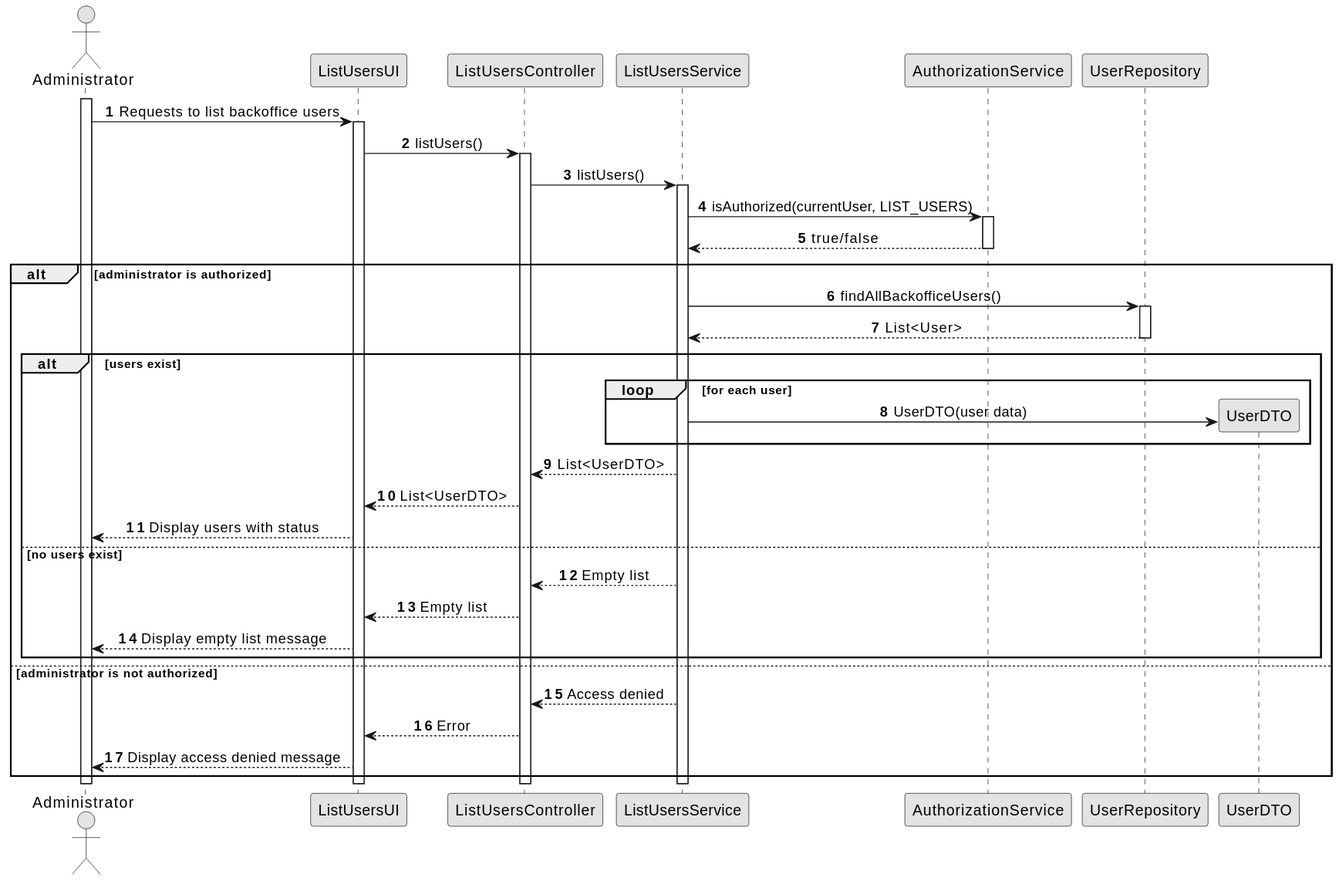
This is docs/user-stories/02-identity-and-backoffice/US033/03.design/svg/US033-SD.svg from 1240537-brunorodrigues/sem4pi-2526-individual-1240537, a PlantUML export, as it was before one commit. Its diagram source:
```plantuml
@startuml
skinparam monochrome true
skinparam packageStyle rectangle
skinparam shadowing false
skinparam sequenceMessageAlign center

autonumber

actor "Administrator" as Admin
participant "ListUsersUI" as UI
participant "ListUsersController" as CTRL
participant "ListUsersService" as Service
participant "AuthorizationService" as AuthzService
participant "UserRepository" as UserRepo
participant "UserDTO" as UserDTO

activate Admin

Admin -> UI : Requests to list backoffice users

activate UI
UI -> CTRL : listUsers()

activate CTRL
CTRL -> Service : listUsers()

activate Service
Service -> AuthzService : isAuthorized(currentUser, LIST_USERS)

activate AuthzService
AuthzService --> Service : true/false
deactivate AuthzService

alt administrator is authorized

    Service -> UserRepo : findAllBackofficeUsers()

    activate UserRepo
    UserRepo --> Service : List<User>
    deactivate UserRepo

    alt users exist

        loop for each user
            Service -> UserDTO ** : UserDTO(user data)
        end

        Service --> CTRL : List<UserDTO>
        CTRL --> UI : List<UserDTO>
        UI --> Admin : Display users with status

    else no users exist

        Service --> CTRL : Empty list
        CTRL --> UI : Empty list
        UI --> Admin : Display empty list message

    end

else administrator is not authorized

    Service --> CTRL : Access denied
    CTRL --> UI : Error
    UI --> Admin : Display access denied message

end

deactivate Service
deactivate CTRL
deactivate UI
deactivate Admin
@enduml
```
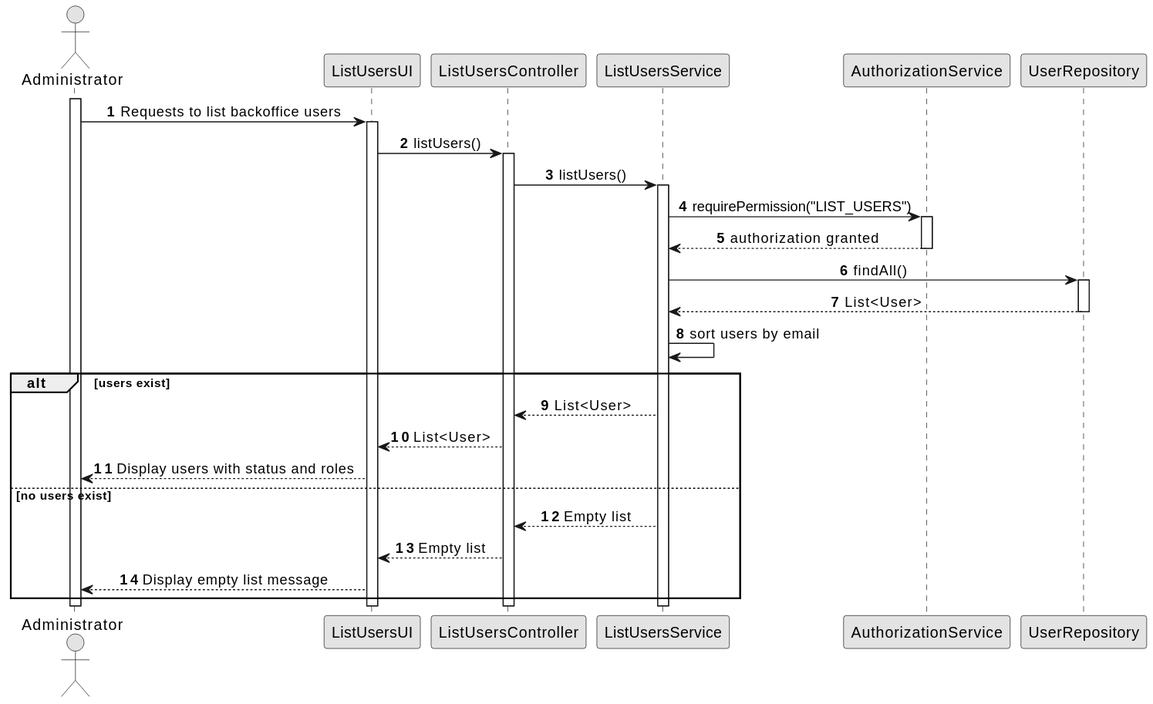
The same diagram one commit later.

Diff of the diagram source:
```diff
@@ -12,7 +12,6 @@
 participant "ListUsersService" as Service
 participant "AuthorizationService" as AuthzService
 participant "UserRepository" as UserRepo
-participant "UserDTO" as UserDTO
 
 activate Admin
 
@@ -25,44 +24,28 @@
 CTRL -> Service : listUsers()
 
 activate Service
-Service -> AuthzService : isAuthorized(currentUser, LIST_USERS)
+Service -> AuthzService : requirePermission("LIST_USERS")
 
 activate AuthzService
-AuthzService --> Service : true/false
+AuthzService --> Service : authorization granted
 deactivate AuthzService
 
-alt administrator is authorized
+Service -> UserRepo : findAll()
 
-    Service -> UserRepo : findAllBackofficeUsers()
+activate UserRepo
+UserRepo --> Service : List<User>
+deactivate UserRepo
 
-    activate UserRepo
-    UserRepo --> Service : List<User>
-    deactivate UserRepo
+Service -> Service : sort users by email
 
-    alt users exist
-
-        loop for each user
-            Service -> UserDTO ** : UserDTO(user data)
-        end
-
-        Service --> CTRL : List<UserDTO>
-        CTRL --> UI : List<UserDTO>
-        UI --> Admin : Display users with status
-
-    else no users exist
-
-        Service --> CTRL : Empty list
-        CTRL --> UI : Empty list
-        UI --> Admin : Display empty list message
-
-    end
-
-else administrator is not authorized
-
-    Service --> CTRL : Access denied
-    CTRL --> UI : Error
-    UI --> Admin : Display access denied message
-
+alt users exist
+    Service --> CTRL : List<User>
+    CTRL --> UI : List<User>
+    UI --> Admin : Display users with status and roles
+else no users exist
+    Service --> CTRL : Empty list
+    CTRL --> UI : Empty list
+    UI --> Admin : Display empty list message
 end
 
 deactivate Service
```
